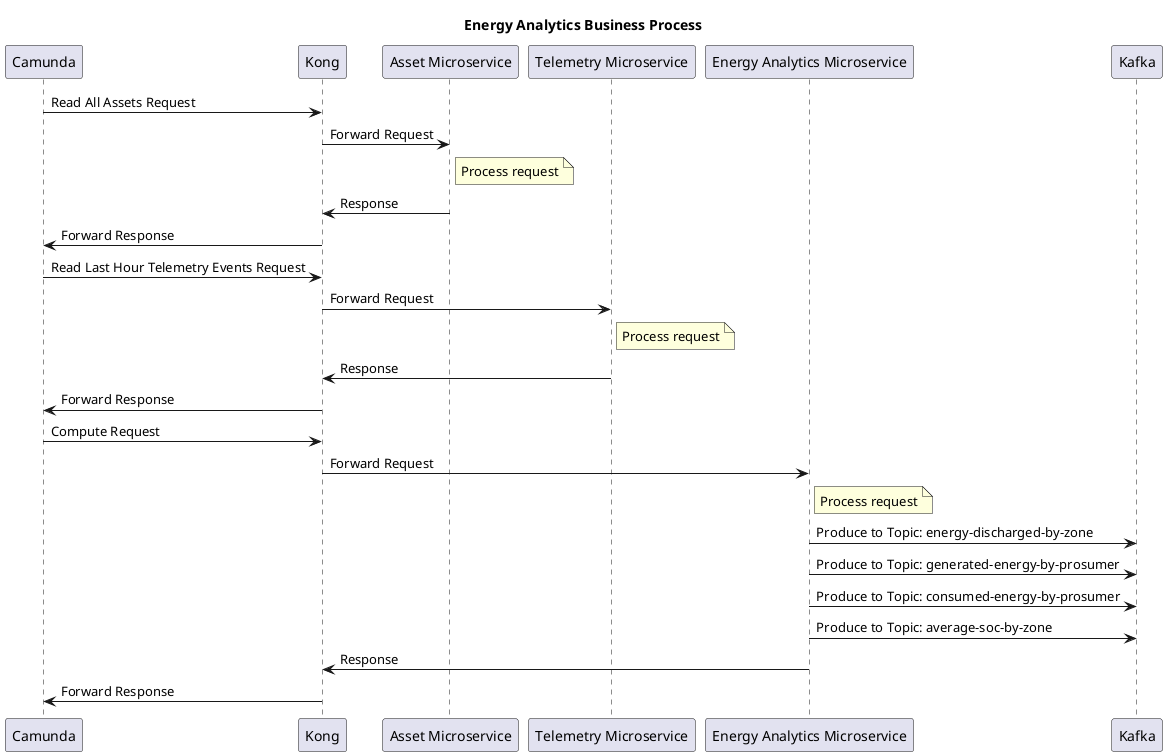
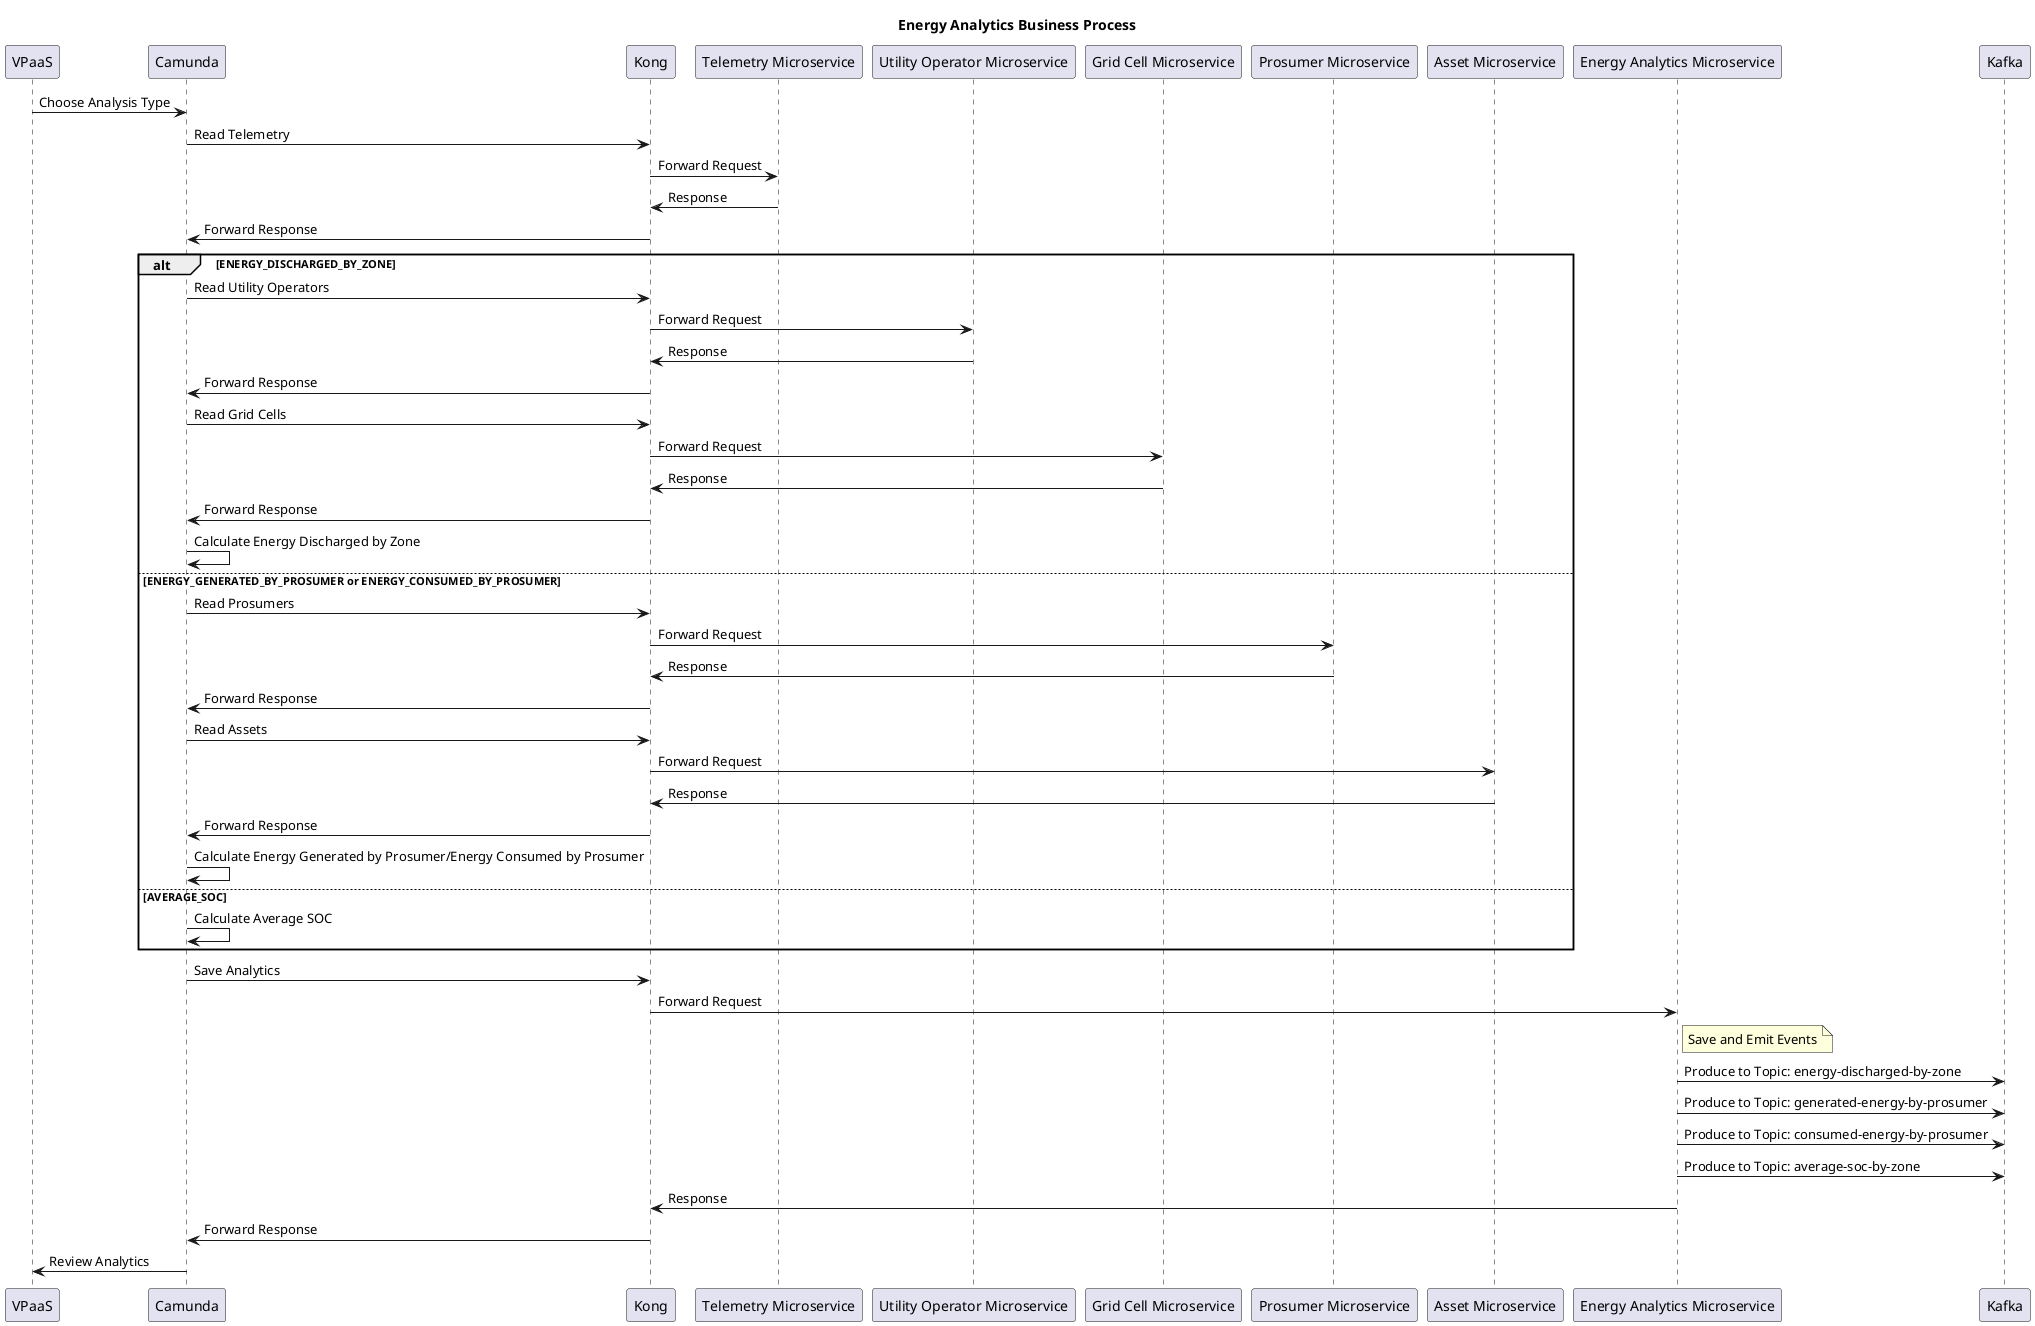
@startuml EnergyAnalytics
title Energy Analytics Business Process

- /'
- Get all assets using the Asset Microservice. GET /Asset
- Get last hour telemetry events using the Telemetry Microservice. GET /Telemetry/last-hour
- Send to Energy Analytics Microservice for processing. POST /EnergyAnalytics/analyse
- 
- The business process does not need to query the Prosumer or Utility Operator (and even Grid Cell) microservices
- - as it is in the project statement - since all the information we need can be obtained from the previous endpoints.
- The asset_id to prosumer_id mapping is already carried by the asset records, and the grid_cell_id is already carried
- by each telemetry event.
- '/
- 
- 
+ participant VPaaS
participant Camunda
participant Kong
+ participant "Telemetry Microservice" as T
+ participant "Utility Operator Microservice" as UO
+ participant "Grid Cell Microservice" as GC
+ participant "Prosumer Microservice" as P
participant "Asset Microservice" as Asset
- participant "Telemetry Microservice" as Tel
participant "Energy Analytics Microservice" as EA
participant Kafka

- Camunda -> Kong : Read All Assets Request
+ VPaaS -> Camunda : Choose Analysis Type
+ 
+ Camunda -> Kong : Read Telemetry
+ Kong -> T : Forward Request
+ T -> Kong : Response
+ Kong -> Camunda : Forward Response
+ 
+ 
+ alt ENERGY_DISCHARGED_BY_ZONE
+ 
+ Camunda -> Kong : Read Utility Operators
+ Kong -> UO : Forward Request
+ UO -> Kong : Response
+ Kong -> Camunda : Forward Response
+ 
+ Camunda -> Kong : Read Grid Cells
+ Kong -> GC : Forward Request
+ GC -> Kong : Response
+ Kong -> Camunda : Forward Response
+ 
+ Camunda -> Camunda: Calculate Energy Discharged by Zone
+ else ENERGY_GENERATED_BY_PROSUMER or ENERGY_CONSUMED_BY_PROSUMER
+ 
+ Camunda -> Kong : Read Prosumers
+ Kong -> P : Forward Request
+ P -> Kong : Response
+ Kong -> Camunda : Forward Response
+ 
+ Camunda -> Kong : Read Assets
Kong -> Asset : Forward Request
- note right of Asset : Process request
Asset -> Kong : Response
Kong -> Camunda : Forward Response

- Camunda -> Kong : Read Last Hour Telemetry Events Request
- Kong -> Tel : Forward Request
- note right of Tel : Process request
- Tel -> Kong : Response
- Kong -> Camunda : Forward Response
+ Camunda -> Camunda: Calculate Energy Generated by Prosumer/Energy Consumed by Prosumer
+ else AVERAGE_SOC
+ Camunda -> Camunda: Calculate Average SOC
+ end

- Camunda -> Kong : Compute Request
+ Camunda -> Kong : Save Analytics
Kong -> EA : Forward Request
- note right of EA : Process request
+ note right of EA : Save and Emit Events
EA -> Kafka : Produce to Topic: energy-discharged-by-zone
EA -> Kafka : Produce to Topic: generated-energy-by-prosumer
EA -> Kafka : Produce to Topic: consumed-energy-by-prosumer
EA -> Kafka : Produce to Topic: average-soc-by-zone
EA -> Kong : Response
Kong -> Camunda : Forward Response
+ 
+ Camunda -> VPaaS : Review Analytics
+ 
@enduml